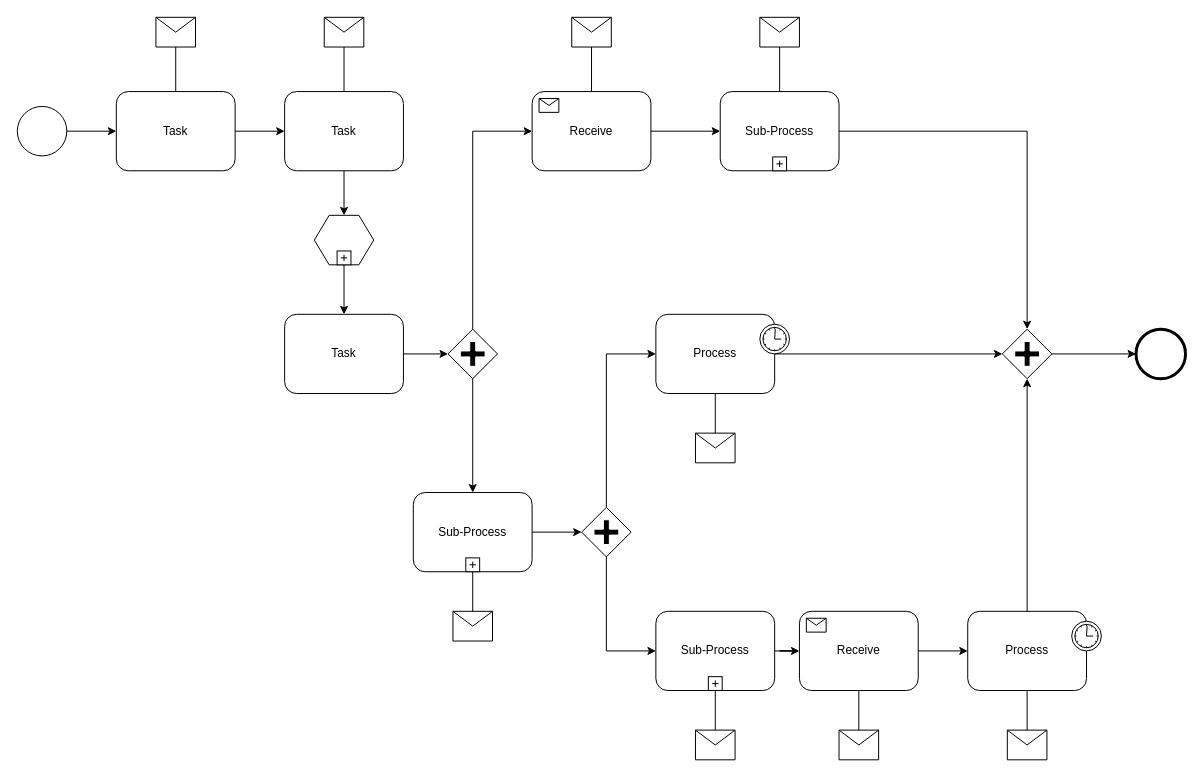
Before: Diagrama sin título.drawio in SebasBR123/SebastianBR, a draw.io diagram. Source tidied: cells renumbered, new cells numbered last; positions are measured from the earlier drawing's top-left corner, leaving out a move shared by most shapes. Both pictures are drawn from the tidied source at 99%, with x=0, y=0 at pixel (17, 17).
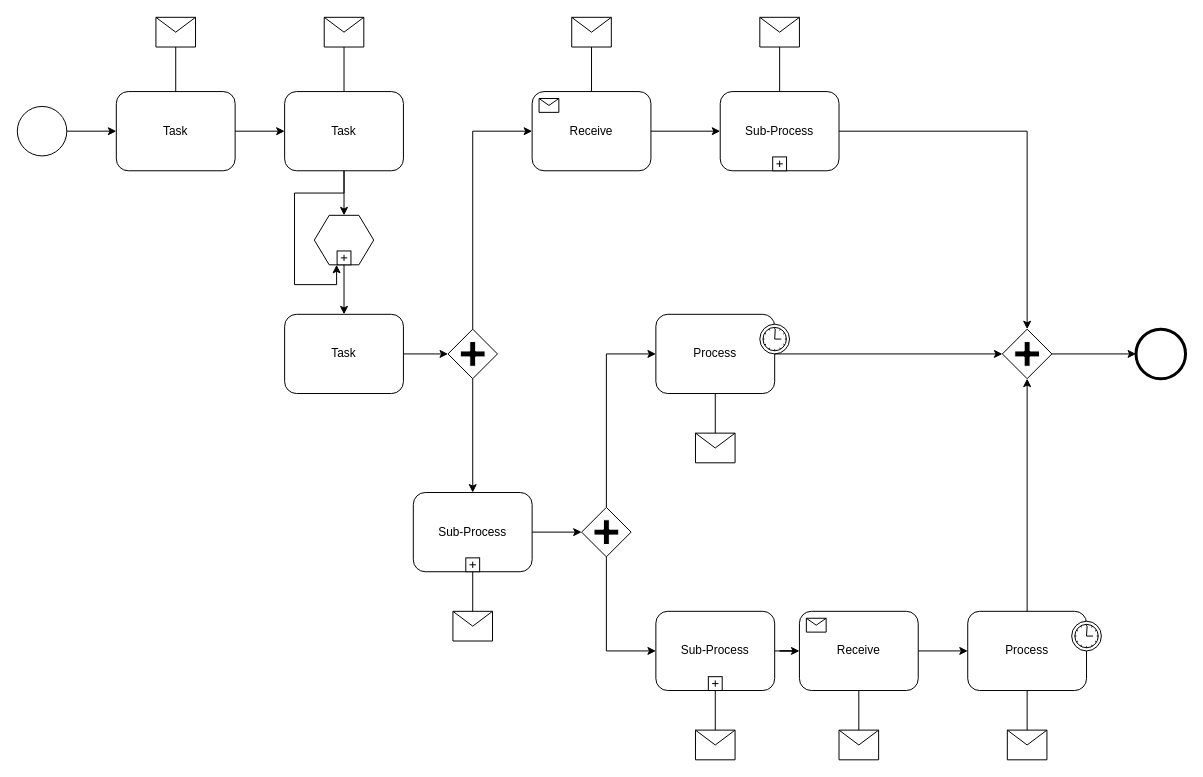
Above is the later version.

The change refers to these unchanged cells:
```xml
<mxCell id="4" value="Task" style="shape=ext;rounded=1;html=1;whiteSpace=wrap;" parent="1" vertex="1">
  <mxGeometry x="270" y="75" width="120" height="80" as="geometry" />
</mxCell>
<mxCell id="7" style="shape=hexagon;whiteSpace=wrap;html=1;perimeter=hexagonPerimeter;" parent="1" vertex="1">
  <mxGeometry x="300" y="200" width="60" height="50" as="geometry" />
</mxCell>
```

Change to the diagram source:
```diff
@@
+    <mxCell id="61" style="edgeStyle=orthogonalEdgeStyle;rounded=0;jettySize=auto;html=1;entryX=0.375;entryY=1;entryDx=0;entryDy=0;" parent="1" edge="1" source="4" target="7">
+      <mxGeometry relative="1" as="geometry" />
+    </mxCell>
```
